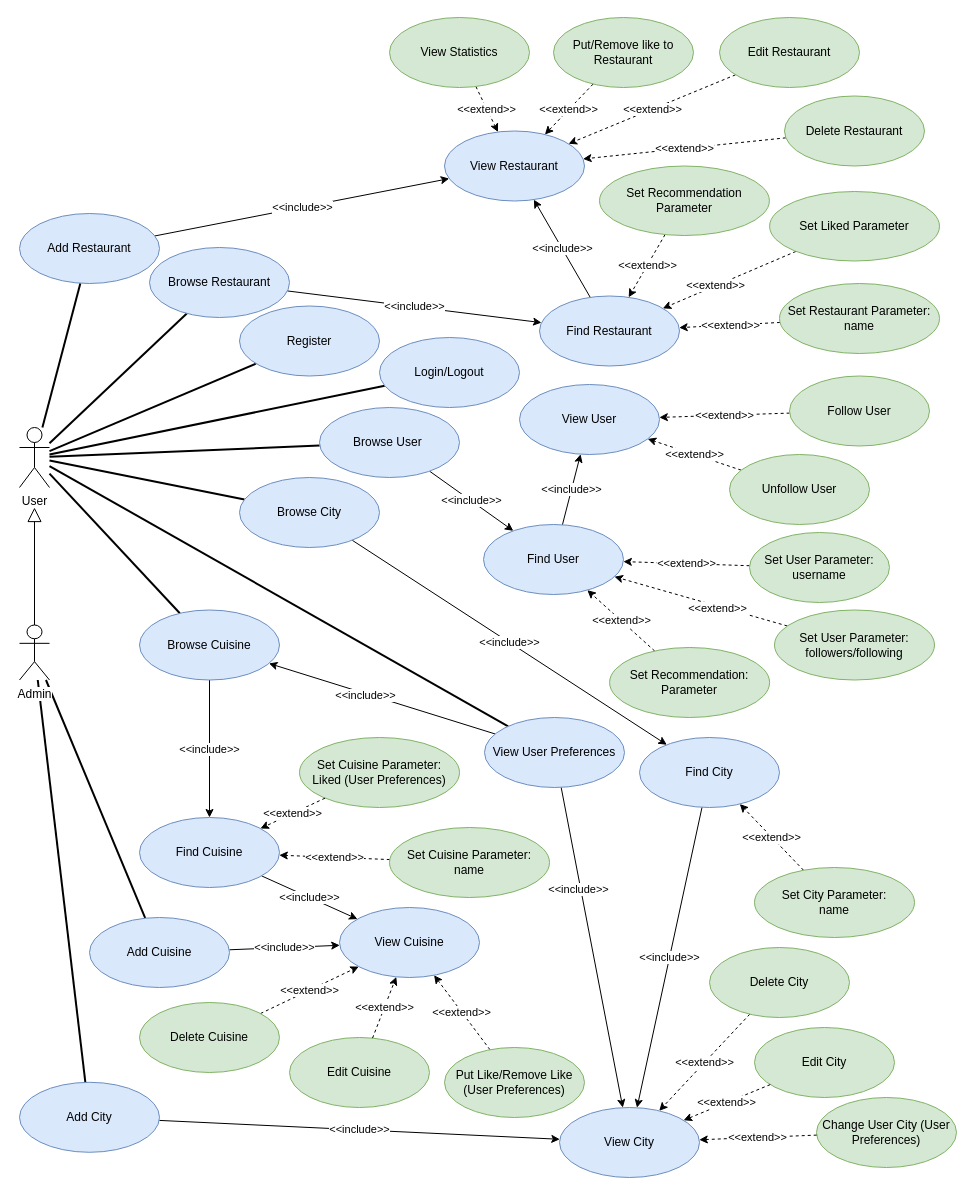
Above: page "Page-2" (2 of 3) of draw.io/data_model.drawio in spampas/restaurant_recommendation_graphdb (draw.io), before the change. Source tidied: cells renumbered, new cells numbered last; positions are measured from the earlier drawing's top-left corner, leaving out a move shared by most shapes. Both pictures are drawn from the tidied source at 100%, with x=0, y=0 at pixel (19, 17).
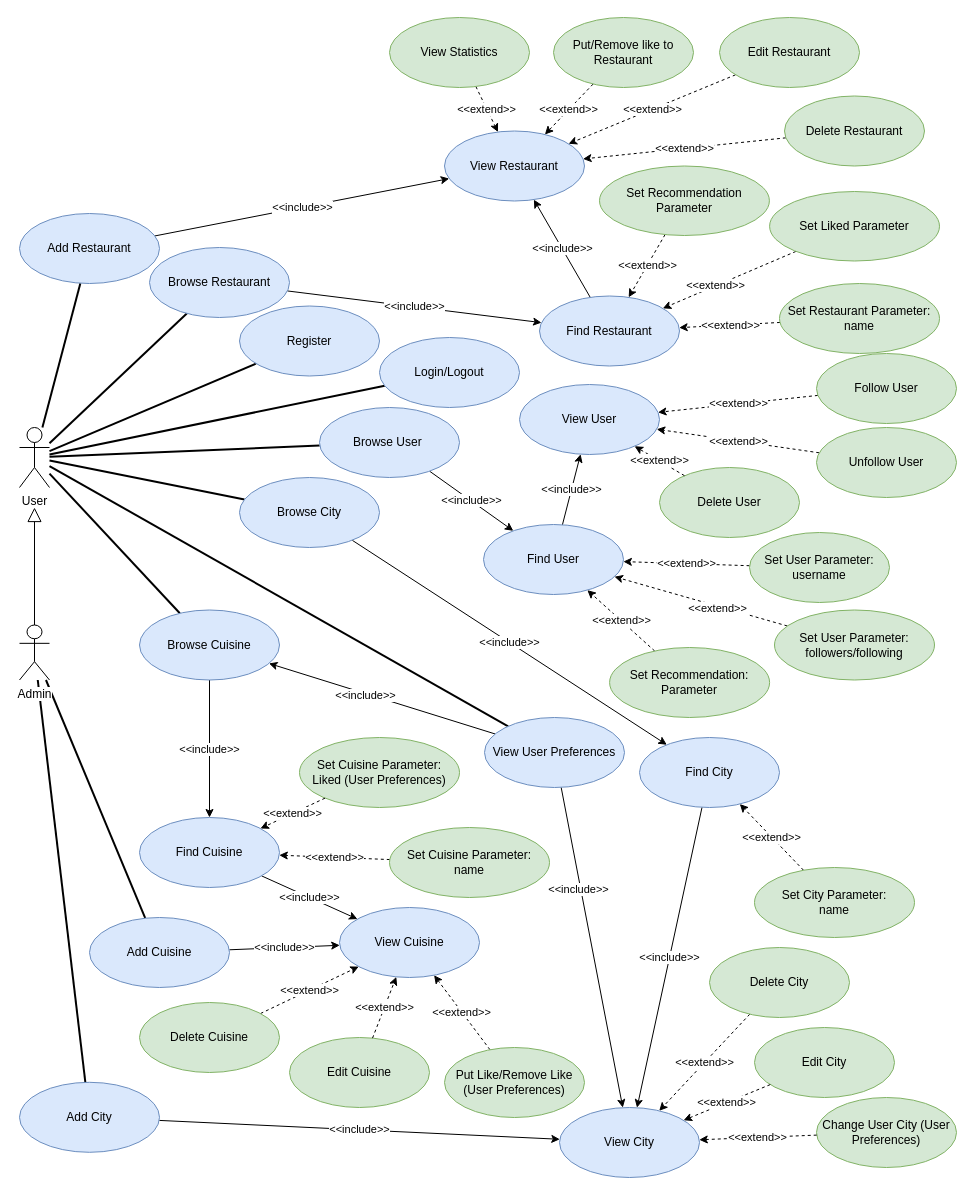
Above is the later version.

Commit message:
Add Delete User use case

The change refers to these unchanged cells:
```xml
<mxCell id="24" value="View User" style="ellipse;whiteSpace=wrap;html=1;fontSize=12;fillColor=#dae8fc;strokeColor=#6c8ebf;" parent="1" vertex="1">
  <mxGeometry x="500" y="367" width="140" height="70" as="geometry" />
</mxCell>
```

Diff of the diagram source:
```diff
@@
     <mxCell id="26" value="Follow User" style="ellipse;whiteSpace=wrap;html=1;fontSize=12;fillColor=#d5e8d4;strokeColor=#82b366;" parent="1" vertex="1">
-      <mxGeometry x="770" y="358.5" width="140" height="70" as="geometry" />
+      <mxGeometry x="797" y="336" width="140" height="70" as="geometry" />
     </mxCell>
@@
     <mxCell id="28" value="Unfollow User" style="ellipse;whiteSpace=wrap;html=1;fontSize=12;fillColor=#d5e8d4;strokeColor=#82b366;" parent="1" vertex="1">
-      <mxGeometry x="710" y="437" width="140" height="70" as="geometry" />
+      <mxGeometry x="797" y="410" width="140" height="70" as="geometry" />
     </mxCell>
@@
+    <mxCell id="92" value="Delete User" style="ellipse;whiteSpace=wrap;html=1;fontSize=12;fillColor=#d5e8d4;strokeColor=#82b366;" parent="1" vertex="1">
+      <mxGeometry x="640" y="450" width="140" height="70" as="geometry" />
+    </mxCell>
+    <mxCell id="93" value="&amp;lt;&amp;lt;extend&amp;gt;&amp;gt;" style="edgeStyle=none;rounded=0;jettySize=auto;html=1;dashed=1;" parent="1" edge="1" source="92" target="24">
+      <mxGeometry relative="1" as="geometry" />
+    </mxCell>
```
